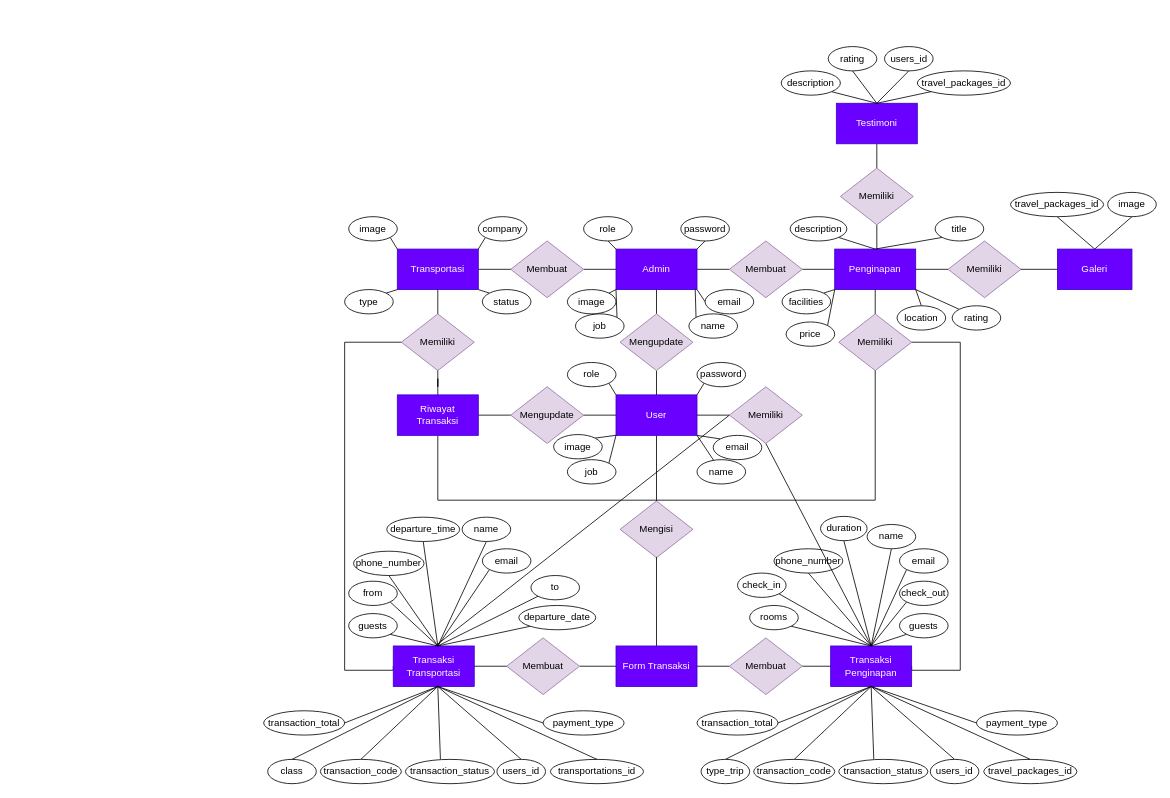
Earlier version of the draw.io diagram GOFEST - ERD.drawio (xevorte/xevorte). Source tidied: cells renumbered, new cells numbered last; positions are measured from the earlier drawing's top-left corner, leaving out a move shared by most shapes. Both pictures are drawn from the tidied source at 81%, with x=0, y=0 at pixel (263, 46).
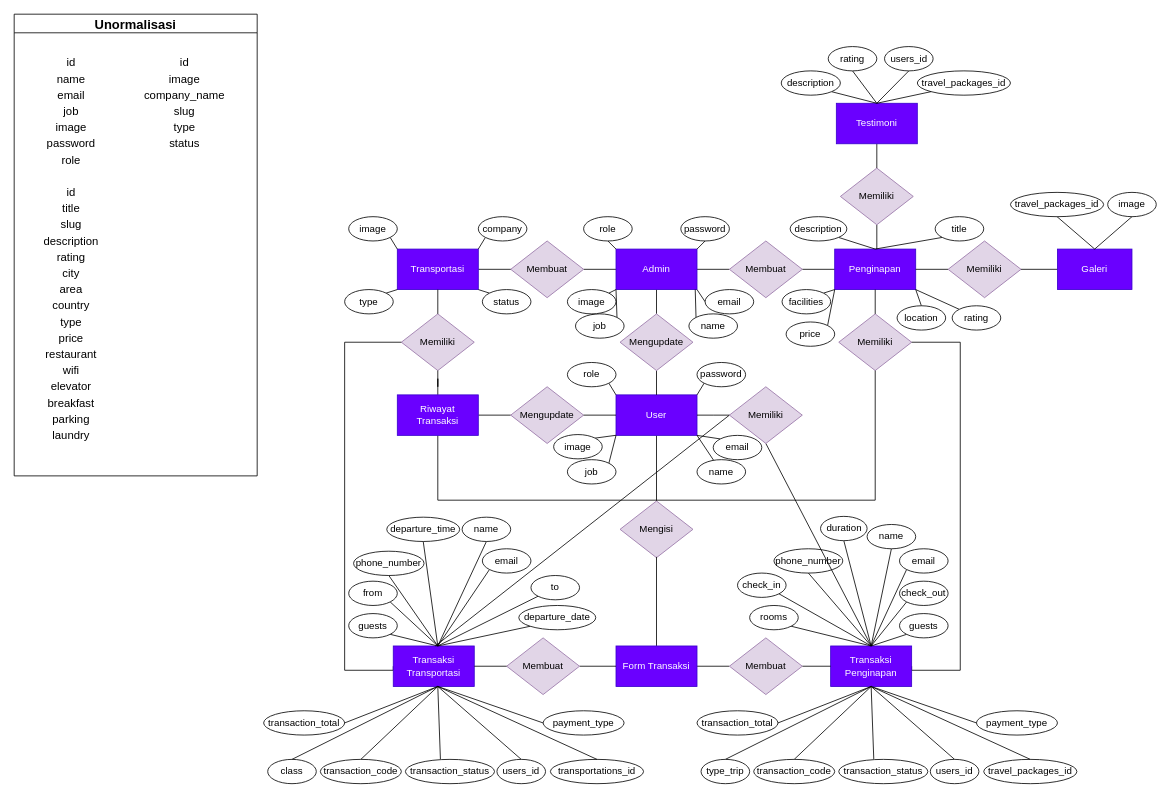
Above is the later version.

The edit, as a diff of the source:
```diff
@@
+    <mxCell id="171" value="Unormalisasi" style="swimlane;fontSize=16;startSize=23;" parent="1" vertex="1">
+      <mxGeometry x="-308" y="-40" width="300" height="570" as="geometry" />
+    </mxCell>
+    <mxCell id="172" value="&lt;font style=&quot;font-size: 14px;&quot;&gt;id&lt;/font&gt;" style="text;html=1;align=center;verticalAlign=middle;strokeColor=none;fillColor=none;fontSize=14;" parent="171" vertex="1">
+      <mxGeometry x="55" y="50" width="30" height="20" as="geometry" />
+    </mxCell>
+    <mxCell id="173" value="&lt;font style=&quot;font-size: 14px&quot;&gt;name&lt;/font&gt;" style="text;html=1;align=center;verticalAlign=middle;strokeColor=none;fillColor=none;fontSize=14;" parent="171" vertex="1">
+      <mxGeometry x="45" y="70" width="50" height="20" as="geometry" />
+    </mxCell>
+    <mxCell id="174" value="&lt;font style=&quot;font-size: 14px&quot;&gt;email&lt;/font&gt;" style="text;html=1;align=center;verticalAlign=middle;strokeColor=none;fillColor=none;fontSize=14;" parent="171" vertex="1">
+      <mxGeometry x="45" y="90" width="50" height="20" as="geometry" />
+    </mxCell>
+    <mxCell id="175" value="&lt;font style=&quot;font-size: 14px&quot;&gt;job&lt;/font&gt;" style="text;html=1;align=center;verticalAlign=middle;strokeColor=none;fillColor=none;fontSize=14;" parent="171" vertex="1">
+      <mxGeometry x="55" y="110" width="30" height="20" as="geometry" />
+    </mxCell>
+    <mxCell id="176" value="image" style="text;html=1;align=center;verticalAlign=middle;strokeColor=none;fillColor=none;fontSize=14;" parent="171" vertex="1">
+      <mxGeometry x="45" y="130" width="50" height="20" as="geometry" />
+    </mxCell>
+    <mxCell id="177" value="password" style="text;html=1;align=center;verticalAlign=middle;strokeColor=none;fillColor=none;fontSize=14;" parent="171" vertex="1">
+      <mxGeometry x="30" y="150" width="80" height="20" as="geometry" />
+    </mxCell>
+    <mxCell id="178" value="role" style="text;html=1;align=center;verticalAlign=middle;strokeColor=none;fillColor=none;fontSize=14;" parent="171" vertex="1">
+      <mxGeometry x="50" y="170" width="40" height="20" as="geometry" />
+    </mxCell>
+    <mxCell id="179" value="&lt;font style=&quot;font-size: 14px;&quot;&gt;id&lt;/font&gt;" style="text;html=1;align=center;verticalAlign=middle;strokeColor=none;fillColor=none;fontSize=14;" parent="171" vertex="1">
+      <mxGeometry x="195" y="50" width="30" height="20" as="geometry" />
+    </mxCell>
+    <mxCell id="180" value="image" style="text;html=1;align=center;verticalAlign=middle;strokeColor=none;fillColor=none;fontSize=14;" parent="171" vertex="1">
+      <mxGeometry x="185" y="70" width="50" height="20" as="geometry" />
+    </mxCell>
+    <mxCell id="181" value="company_name" style="text;html=1;align=center;verticalAlign=middle;strokeColor=none;fillColor=none;fontSize=14;" parent="171" vertex="1">
+      <mxGeometry x="150" y="90" width="120" height="20" as="geometry" />
+    </mxCell>
+    <mxCell id="182" value="slug" style="text;html=1;align=center;verticalAlign=middle;strokeColor=none;fillColor=none;fontSize=14;" parent="171" vertex="1">
+      <mxGeometry x="190" y="110" width="40" height="20" as="geometry" />
+    </mxCell>
+    <mxCell id="183" value="type" style="text;html=1;align=center;verticalAlign=middle;strokeColor=none;fillColor=none;fontSize=14;" parent="171" vertex="1">
+      <mxGeometry x="190" y="130" width="40" height="20" as="geometry" />
+    </mxCell>
+    <mxCell id="184" value="status" style="text;html=1;align=center;verticalAlign=middle;strokeColor=none;fillColor=none;fontSize=14;" parent="171" vertex="1">
+      <mxGeometry x="185" y="150" width="50" height="20" as="geometry" />
+    </mxCell>
+    <mxCell id="185" value="&lt;font style=&quot;font-size: 14px;&quot;&gt;id&lt;/font&gt;" style="text;html=1;align=center;verticalAlign=middle;strokeColor=none;fillColor=none;fontSize=14;" parent="171" vertex="1">
+      <mxGeometry x="55" y="210" width="30" height="20" as="geometry" />
+    </mxCell>
+    <mxCell id="186" value="&lt;font style=&quot;font-size: 14px&quot;&gt;title&lt;/font&gt;" style="text;html=1;align=center;verticalAlign=middle;strokeColor=none;fillColor=none;fontSize=14;" parent="171" vertex="1">
+      <mxGeometry x="50" y="230" width="40" height="20" as="geometry" />
+    </mxCell>
+    <mxCell id="187" value="&lt;font style=&quot;font-size: 14px&quot;&gt;slug&lt;/font&gt;" style="text;html=1;align=center;verticalAlign=middle;strokeColor=none;fillColor=none;fontSize=14;" parent="171" vertex="1">
+      <mxGeometry x="50" y="250" width="40" height="20" as="geometry" />
+    </mxCell>
+    <mxCell id="188" value="&lt;font style=&quot;font-size: 14px&quot;&gt;description&lt;/font&gt;" style="text;html=1;align=center;verticalAlign=middle;strokeColor=none;fillColor=none;fontSize=14;" parent="171" vertex="1">
+      <mxGeometry x="30" y="270" width="80" height="20" as="geometry" />
+    </mxCell>
+    <mxCell id="189" value="rating" style="text;html=1;align=center;verticalAlign=middle;strokeColor=none;fillColor=none;fontSize=14;" parent="171" vertex="1">
+      <mxGeometry x="45" y="290" width="50" height="20" as="geometry" />
+    </mxCell>
+    <mxCell id="190" value="city" style="text;html=1;align=center;verticalAlign=middle;strokeColor=none;fillColor=none;fontSize=14;" parent="171" vertex="1">
+      <mxGeometry x="50" y="310" width="40" height="20" as="geometry" />
+    </mxCell>
+    <mxCell id="191" value="area" style="text;html=1;align=center;verticalAlign=middle;strokeColor=none;fillColor=none;fontSize=14;" parent="171" vertex="1">
+      <mxGeometry x="50" y="330" width="40" height="20" as="geometry" />
+    </mxCell>
+    <mxCell id="192" value="country" style="text;html=1;align=center;verticalAlign=middle;strokeColor=none;fillColor=none;fontSize=14;" parent="171" vertex="1">
+      <mxGeometry x="40" y="350" width="60" height="20" as="geometry" />
+    </mxCell>
+    <mxCell id="193" value="type" style="text;html=1;align=center;verticalAlign=middle;strokeColor=none;fillColor=none;fontSize=14;" parent="171" vertex="1">
+      <mxGeometry x="50" y="370" width="40" height="20" as="geometry" />
+    </mxCell>
+    <mxCell id="194" value="price" style="text;html=1;align=center;verticalAlign=middle;strokeColor=none;fillColor=none;fontSize=14;" parent="171" vertex="1">
+      <mxGeometry x="45" y="390" width="50" height="20" as="geometry" />
+    </mxCell>
+    <mxCell id="195" value="restaurant" style="text;html=1;align=center;verticalAlign=middle;strokeColor=none;fillColor=none;fontSize=14;" parent="171" vertex="1">
+      <mxGeometry x="30" y="410" width="80" height="20" as="geometry" />
+    </mxCell>
+    <mxCell id="196" value="wifi" style="text;html=1;align=center;verticalAlign=middle;strokeColor=none;fillColor=none;fontSize=14;" parent="171" vertex="1">
+      <mxGeometry x="50" y="430" width="40" height="20" as="geometry" />
+    </mxCell>
+    <mxCell id="197" value="elevator" style="text;html=1;align=center;verticalAlign=middle;strokeColor=none;fillColor=none;fontSize=14;" parent="171" vertex="1">
+      <mxGeometry x="35" y="450" width="70" height="20" as="geometry" />
+    </mxCell>
+    <mxCell id="198" value="breakfast" style="text;html=1;align=center;verticalAlign=middle;strokeColor=none;fillColor=none;fontSize=14;" parent="171" vertex="1">
+      <mxGeometry x="35" y="470" width="70" height="20" as="geometry" />
+    </mxCell>
+    <mxCell id="199" value="parking" style="text;html=1;align=center;verticalAlign=middle;strokeColor=none;fillColor=none;fontSize=14;" parent="171" vertex="1">
+      <mxGeometry x="40" y="490" width="60" height="20" as="geometry" />
+    </mxCell>
+    <mxCell id="200" value="laundry" style="text;html=1;align=center;verticalAlign=middle;strokeColor=none;fillColor=none;fontSize=14;" parent="171" vertex="1">
+      <mxGeometry x="40" y="510" width="60" height="20" as="geometry" />
+    </mxCell>
```
